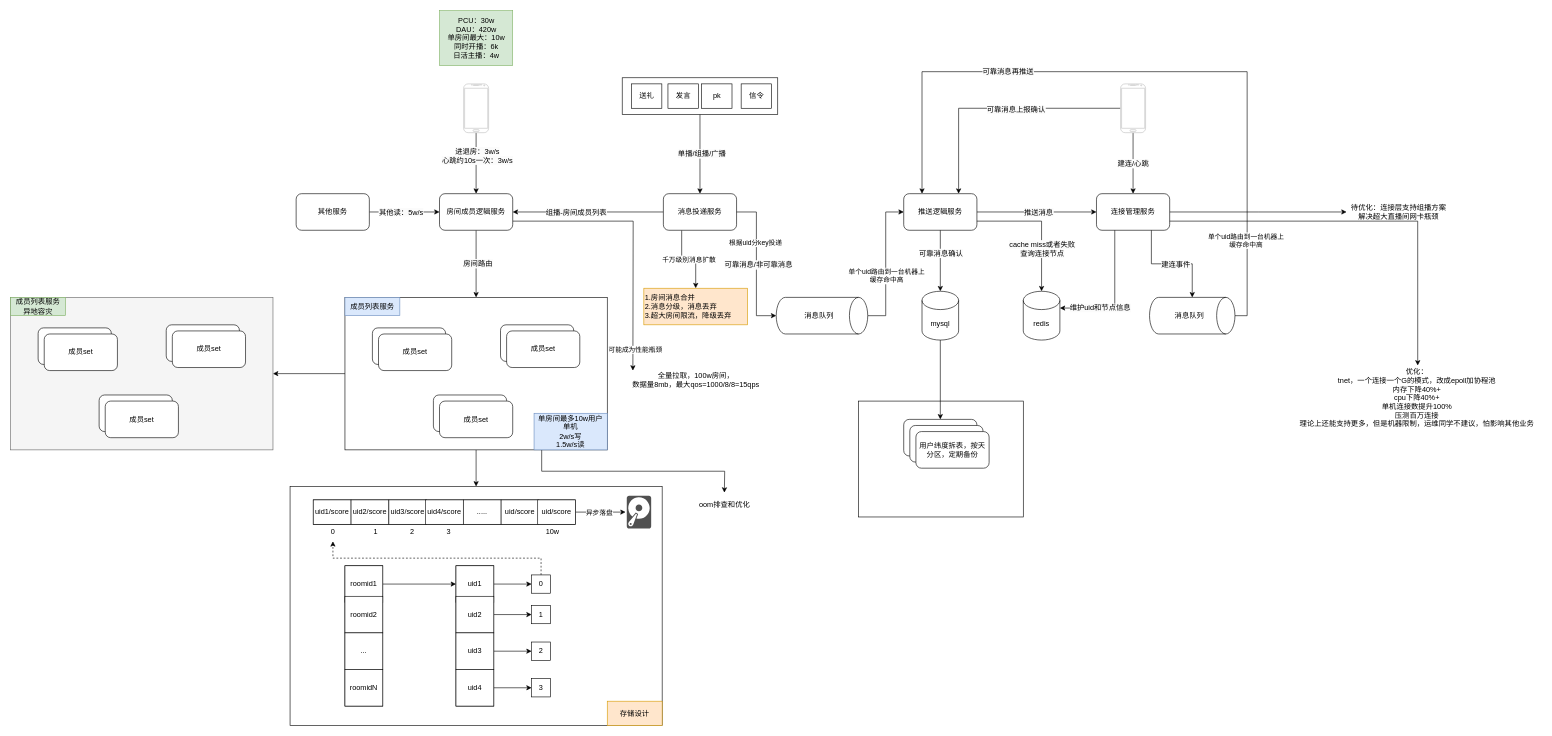
This is live.drawio from lovercode/drawio, a draw.io file, before an edit. Source tidied: cells renumbered, new cells numbered last; positions are measured from the earlier drawing's top-left corner, leaving out a move shared by most shapes. Both pictures are drawn from the tidied source at 61%, with x=0, y=0 at pixel (10, 10).
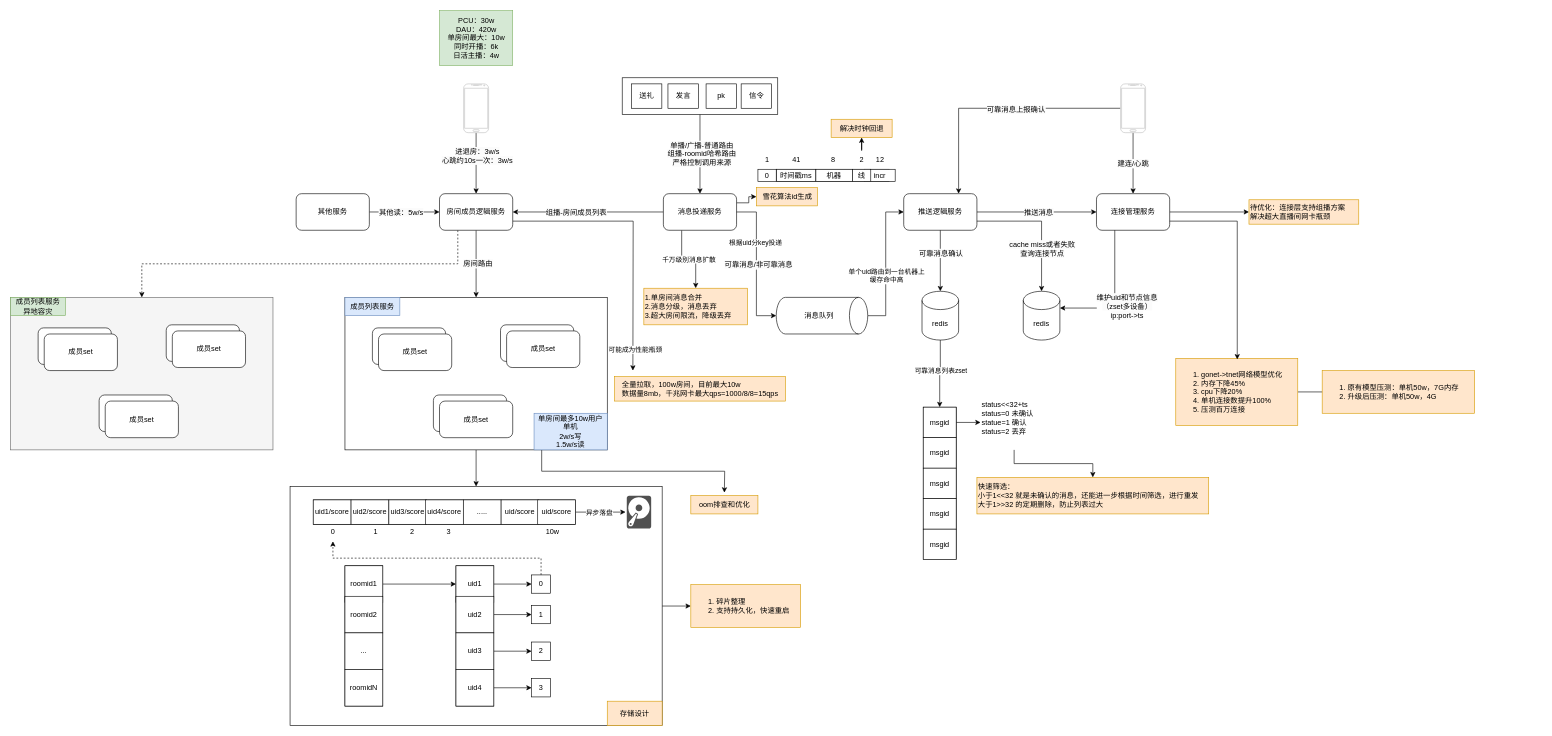
The same page after the edit.

Unchanged cells that the change refers to:
```xml
<mxCell id="3" style="rounded=0;whiteSpace=wrap;html=1;" parent="1" vertex="1">
  <mxGeometry x="458" y="780" width="610" height="392" as="geometry" />
</mxCell>
<mxCell id="7" style="rounded=0;whiteSpace=wrap;html=1;" parent="1" vertex="1">
  <mxGeometry x="548" y="470" width="430" height="250" as="geometry" />
</mxCell>
<mxCell id="9" value="连接管理服务" style="rounded=1;whiteSpace=wrap;html=1;" parent="1" vertex="1">
  <mxGeometry x="1780" y="300" width="120" height="60" as="geometry" />
</mxCell>
<mxCell id="12" value="推送逻辑服务" style="rounded=1;whiteSpace=wrap;html=1;" parent="1" vertex="1">
  <mxGeometry x="1464" y="300" width="120" height="60" as="geometry" />
</mxCell>
<mxCell id="16" value="消息投递服务" style="rounded=1;whiteSpace=wrap;html=1;" parent="1" vertex="1">
  <mxGeometry x="1070" y="300" width="120" height="60" as="geometry" />
</mxCell>
<mxCell id="35" value="房间成员逻辑服务" style="rounded=1;whiteSpace=wrap;html=1;" parent="1" vertex="1">
  <mxGeometry x="703" y="300" width="120" height="60" as="geometry" />
</mxCell>
<mxCell id="41" style="edgeStyle=orthogonalEdgeStyle;rounded=0;jettySize=auto;html=1;exitX=0.25;exitY=1;exitDx=0;exitDy=0;entryX=1;entryY=0;entryDx=0;entryDy=27.5;entryPerimeter=0;" parent="1" edge="1" source="9" target="40">
  <mxGeometry relative="1" as="geometry" />
</mxCell>
<mxCell id="46" style="edgeStyle=orthogonalEdgeStyle;rounded=0;jettySize=auto;html=1;exitX=0.5;exitY=1;exitDx=0;exitDy=0;entryX=0.5;entryY=0;entryDx=0;entryDy=0;" parent="1" edge="1" source="48" target="16">
  <mxGeometry relative="1" as="geometry" />
</mxCell>
<mxCell id="102" style="rounded=0;whiteSpace=wrap;html=1;fillColor=#f5f5f5;fontColor=#333333;strokeColor=#666666;" parent="1" vertex="1">
  <mxGeometry y="470" width="430" height="250" as="geometry" />
</mxCell>
```

Change to the diagram source:
```diff
@@
-    <mxCell id="2" style="rounded=0;whiteSpace=wrap;html=1;" parent="1" vertex="1">
-      <mxGeometry x="1390" y="640" width="270" height="190" as="geometry" />
-    </mxCell>
+    <mxCell id="125" style="edgeStyle=orthogonalEdgeStyle;rounded=0;jettySize=auto;html=1;" parent="1" edge="1" source="3" target="133">
+      <mxGeometry relative="1" as="geometry" />
+    </mxCell>
@@
-    <mxCell id="5" style="edgeStyle=orthogonalEdgeStyle;rounded=0;jettySize=auto;html=1;" parent="1" edge="1" source="7" target="102">
-      <mxGeometry relative="1" as="geometry" />
-    </mxCell>
@@
-    <mxCell id="8" style="edgeStyle=orthogonalEdgeStyle;rounded=0;jettySize=auto;html=1;" parent="1" edge="1" source="9">
-      <mxGeometry relative="1" as="geometry">
-        <mxPoint x="2190" y="330" as="targetPoint" />
-      </mxGeometry>
-    </mxCell>
+    <mxCell id="126" style="edgeStyle=orthogonalEdgeStyle;rounded=0;jettySize=auto;html=1;" parent="1" edge="1" source="9" target="116">
+      <mxGeometry relative="1" as="geometry" />
+    </mxCell>
@@
+    <mxCell id="127" style="edgeStyle=orthogonalEdgeStyle;rounded=0;jettySize=auto;html=1;exitX=1;exitY=0.25;exitDx=0;exitDy=0;" parent="1" edge="1" source="16" target="144">
+      <mxGeometry relative="1" as="geometry" />
+    </mxCell>
@@
+    <mxCell id="128" style="edgeStyle=orthogonalEdgeStyle;rounded=0;jettySize=auto;html=1;exitX=0.25;exitY=1;exitDx=0;exitDy=0;entryX=0.5;entryY=0;entryDx=0;entryDy=0;dashed=1;" parent="1" edge="1" source="35" target="102">
+      <mxGeometry relative="1" as="geometry" />
+    </mxCell>
@@
-    <mxCell id="42" value="&lt;span style=&quot;font-size: 12px; background-color: rgb(251, 251, 251);&quot;&gt;维护uid和节点信息&lt;/span&gt;" style="edgeLabel;html=1;align=center;verticalAlign=middle;" parent="41" vertex="1">
-      <mxGeometry x="0.4" relative="1" as="geometry" />
+    <mxCell id="42" value="&lt;span style=&quot;font-size: 12px; background-color: rgb(251, 251, 251);&quot;&gt;维护uid和节点信息&lt;br&gt;（zset多设备）&lt;br&gt;ip:port-&amp;gt;ts&lt;/span&gt;" style="edgeLabel;html=1;align=center;verticalAlign=middle;" parent="41" vertex="1">
+      <mxGeometry x="0.4" relative="1" as="geometry">
+        <mxPoint x="44" y="-3" as="offset" />
+      </mxGeometry>
     </mxCell>
@@
-    <mxCell id="47" value="&lt;span style=&quot;font-size: 12px; background-color: rgb(251, 251, 251);&quot;&gt;单播/组播/广播&lt;/span&gt;" style="edgeLabel;html=1;align=center;verticalAlign=middle;" parent="46" vertex="1">
+    <mxCell id="47" value="&lt;span style=&quot;font-size: 12px; background-color: rgb(251, 251, 251);&quot;&gt;单播/广播-普通路由&lt;br&gt;组播-roomid哈希路由&lt;br&gt;严格控制调用来源&lt;/span&gt;" style="edgeLabel;html=1;align=center;verticalAlign=middle;" parent="46" vertex="1">
       <mxGeometry x="-0.02" y="2" relative="1" as="geometry" />
     </mxCell>
@@
     <mxCell id="51" value="pk" style="rounded=0;whiteSpace=wrap;html=1;" parent="1" vertex="1">
-      <mxGeometry x="1132.5" y="120" width="50" height="40" as="geometry" />
+      <mxGeometry x="1140" y="120" width="50" height="40" as="geometry" />
     </mxCell>
@@
-    <mxCell id="55" style="edgeStyle=orthogonalEdgeStyle;rounded=0;jettySize=auto;html=1;exitX=0.5;exitY=1;exitDx=0;exitDy=0;exitPerimeter=0;entryX=0.5;entryY=0;entryDx=0;entryDy=0;" parent="1" edge="1" source="56" target="121">
-      <mxGeometry relative="1" as="geometry" />
-    </mxCell>
+    <mxCell id="129" style="edgeStyle=orthogonalEdgeStyle;rounded=0;jettySize=auto;html=1;" parent="1" edge="1" source="56" target="134">
+      <mxGeometry relative="1" as="geometry" />
+    </mxCell>
+    <mxCell id="130" value="可靠消息列表zset" style="edgeLabel;html=1;align=center;verticalAlign=middle;" parent="129" vertex="1">
+      <mxGeometry x="-0.08" relative="1" as="geometry">
+        <mxPoint y="-1" as="offset" />
+      </mxGeometry>
+    </mxCell>
-    <mxCell id="56" value="mysql" style="shape=cylinder3;whiteSpace=wrap;html=1;boundedLbl=1;backgroundOutline=1;size=15;" parent="1" vertex="1">
+    <mxCell id="56" value="redis" style="shape=cylinder3;whiteSpace=wrap;html=1;boundedLbl=1;backgroundOutline=1;size=15;" parent="1" vertex="1">
       <mxGeometry x="1494" y="460" width="60" height="80" as="geometry" />
     </mxCell>
@@
-    <mxCell id="59" style="edgeStyle=orthogonalEdgeStyle;rounded=0;jettySize=auto;html=1;exitX=0.5;exitY=0;exitDx=0;exitDy=0;exitPerimeter=0;entryX=0.25;entryY=0;entryDx=0;entryDy=0;" parent="1" edge="1" source="62" target="12">
-      <mxGeometry relative="1" as="geometry">
-        <Array as="points">
-          <mxPoint x="2027" y="500" />
-          <mxPoint x="2027" y="100" />
-          <mxPoint x="1494" y="100" />
-        </Array>
-      </mxGeometry>
-    </mxCell>
-    <mxCell id="60" value="&lt;span style=&quot;font-size: 12px; background-color: rgb(251, 251, 251);&quot;&gt;可靠消息再推送&lt;/span&gt;" style="edgeLabel;html=1;align=center;verticalAlign=middle;" parent="59" vertex="1">
-      <mxGeometry x="0.41" y="-1" relative="1" as="geometry" />
-    </mxCell>
-    <mxCell id="61" value="单个uid路由到一台机器上&lt;br&gt;缓存命中高" style="edgeLabel;html=1;align=center;verticalAlign=middle;" parent="59" vertex="1">
-      <mxGeometry x="-0.75" y="3" relative="1" as="geometry" />
-    </mxCell>
-    <mxCell id="62" style="shape=cylinder3;whiteSpace=wrap;html=1;boundedLbl=1;backgroundOutline=1;size=15;rotation=90;" parent="1" vertex="1">
-      <mxGeometry x="1907" y="430" width="60" height="140" as="geometry" />
-    </mxCell>
-    <mxCell id="63" style="edgeStyle=orthogonalEdgeStyle;rounded=0;jettySize=auto;html=1;exitX=0.75;exitY=1;exitDx=0;exitDy=0;entryX=0;entryY=0.5;entryDx=0;entryDy=0;entryPerimeter=0;" parent="1" edge="1" source="9" target="62">
-      <mxGeometry relative="1" as="geometry" />
-    </mxCell>
-    <mxCell id="64" value="&lt;span style=&quot;font-size: 12px; background-color: rgb(251, 251, 251);&quot;&gt;建连事件&lt;/span&gt;" style="edgeLabel;html=1;align=center;verticalAlign=middle;" parent="63" vertex="1">
-      <mxGeometry x="0.06" y="-1" relative="1" as="geometry" />
-    </mxCell>
-    <mxCell id="65" value="消息队列" style="text;html=1;align=center;verticalAlign=middle;strokeColor=none;fillColor=none;" parent="1" vertex="1">
-      <mxGeometry x="1897" y="485" width="70" height="30" as="geometry" />
-    </mxCell>
@@
+    <mxCell id="131" style="edgeStyle=orthogonalEdgeStyle;rounded=0;jettySize=auto;html=1;" parent="1" edge="1" source="115">
+      <mxGeometry relative="1" as="geometry">
+        <mxPoint x="2220" y="625" as="targetPoint" />
+      </mxGeometry>
+    </mxCell>
-    <mxCell id="115" value="优化：&lt;br&gt;tnet，一个连接一个G的模式，改成epoll加协程池&lt;div&gt;内存下降40%+&lt;br&gt;cpu下降40%+&lt;br&gt;单机连接数提升100%&lt;br&gt;压测百万连接&lt;br&gt;理论上还能支持更多，但是机器限制，运维同学不建议，怕影响其他业务&lt;/div&gt;" style="text;html=1;align=center;verticalAlign=middle;points=[];strokeColor=none;fillColor=none;" parent="1" vertex="1">
-      <mxGeometry x="2100" y="580" width="410" height="110" as="geometry" />
+    <mxCell id="115" value="&lt;ol&gt;&lt;li&gt;&lt;span style=&quot;background-color: initial;&quot;&gt;gonet-&amp;gt;tnet网络模型优化&lt;/span&gt;&lt;br&gt;&lt;/li&gt;&lt;li&gt;内存下降45%&lt;/li&gt;&lt;li&gt;cpu下降20%&lt;/li&gt;&lt;li&gt;单机连接数提升100%&lt;/li&gt;&lt;li&gt;压测百万连接&lt;/li&gt;&lt;/ol&gt;" style="text;html=1;align=left;verticalAlign=middle;points=[];strokeColor=#d79b00;fillColor=#ffe6cc;" parent="1" vertex="1">
+      <mxGeometry x="1910" y="570" width="200" height="110" as="geometry" />
     </mxCell>
-    <mxCell id="116" value="待优化：连接层支持组播方案&lt;br&gt;解决超大直播间网卡瓶颈" style="text;html=1;align=center;verticalAlign=middle;points=[];strokeColor=none;fillColor=none;" parent="1" vertex="1">
-      <mxGeometry x="2185" y="310" width="180" height="40" as="geometry" />
+    <mxCell id="116" value="待优化：连接层支持组播方案&lt;br&gt;解决超大直播间网卡瓶颈" style="text;html=1;align=left;verticalAlign=middle;points=[];strokeColor=#d79b00;fillColor=#ffe6cc;" parent="1" vertex="1">
+      <mxGeometry x="2030" y="310" width="180" height="40" as="geometry" />
     </mxCell>
-    <mxCell id="117" value="1.房间消息合并&lt;br&gt;2.消息分级，消息丢弃&lt;br&gt;3.超大房间限流，降级丢弃" style="text;html=1;align=left;verticalAlign=middle;points=[];strokeColor=#d79b00;fillColor=#ffe6cc;" parent="1" vertex="1">
+    <mxCell id="117" value="1.单房间消息合并&lt;br&gt;2.消息分级，消息丢弃&lt;br&gt;3.超大房间限流，降级丢弃" style="text;html=1;align=left;verticalAlign=middle;points=[];strokeColor=#d79b00;fillColor=#ffe6cc;" parent="1" vertex="1">
       <mxGeometry x="1038" y="455" width="170" height="60" as="geometry" />
     </mxCell>
-    <mxCell id="118" value="全量拉取，100w房间，&lt;div&gt;数据量8mb，最大qos=1000/8/8=15qps&lt;/div&gt;" style="text;html=1;align=center;verticalAlign=middle;strokeColor=none;fillColor=none;" parent="1" vertex="1">
-      <mxGeometry x="1008" y="585" width="230" height="40" as="geometry" />
+    <mxCell id="118" value="&lt;div style=&quot;text-align: left;&quot;&gt;&lt;span style=&quot;background-color: initial;&quot;&gt;全量拉取，100w房间，目前最大10w&lt;/span&gt;&lt;/div&gt;&lt;div&gt;数据量8mb，千兆网卡最大qps=1000/8/8=15qps&lt;/div&gt;" style="text;html=1;align=center;verticalAlign=middle;strokeColor=#d79b00;fillColor=#ffe6cc;" parent="1" vertex="1">
+      <mxGeometry x="990" y="600" width="280" height="40" as="geometry" />
     </mxCell>
@@
-    <mxCell id="121" style="rounded=1;whiteSpace=wrap;html=1;" parent="1" vertex="1">
-      <mxGeometry x="1464" y="670" width="120" height="60" as="geometry" />
-    </mxCell>
-    <mxCell id="122" style="rounded=1;whiteSpace=wrap;html=1;" parent="1" vertex="1">
-      <mxGeometry x="1474" y="680" width="120" height="60" as="geometry" />
-    </mxCell>
-    <mxCell id="123" value="用户纬度拆表，按天分区，定期备份" style="rounded=1;whiteSpace=wrap;html=1;" parent="1" vertex="1">
-      <mxGeometry x="1484" y="690" width="120" height="60" as="geometry" />
-    </mxCell>
-    <mxCell id="124" value="oom排查和优化" style="text;html=1;align=center;verticalAlign=middle;strokeColor=none;fillColor=none;" parent="1" vertex="1">
+    <mxCell id="124" value="oom排查和优化" style="text;html=1;align=center;verticalAlign=middle;strokeColor=#d79b00;fillColor=#ffe6cc;" parent="1" vertex="1">
       <mxGeometry x="1115" y="795" width="110" height="30" as="geometry" />
     </mxCell>
+    <mxCell id="132" value="&lt;ol&gt;&lt;li&gt;原有模型压测：单机50w，7G内存&lt;/li&gt;&lt;li&gt;升级后压测：单机50w，4G&lt;/li&gt;&lt;/ol&gt;" style="text;html=1;align=left;verticalAlign=middle;strokeColor=#d79b00;fillColor=#ffe6cc;" parent="1" vertex="1">
+      <mxGeometry x="2150" y="590" width="250" height="70" as="geometry" />
+    </mxCell>
+    <mxCell id="133" value="&lt;ol&gt;&lt;li&gt;碎片整理&lt;/li&gt;&lt;li&gt;支持持久化，快速重启&lt;/li&gt;&lt;/ol&gt;" style="text;html=1;align=left;verticalAlign=middle;points=[];strokeColor=#d79b00;fillColor=#ffe6cc;" parent="1" vertex="1">
+      <mxGeometry x="1115" y="941" width="180" height="70" as="geometry" />
+    </mxCell>
+    <mxCell id="134" style="rounded=0;whiteSpace=wrap;html=1;" parent="1" vertex="1">
+      <mxGeometry x="1496" y="650" width="54" height="250" as="geometry" />
+    </mxCell>
+    <mxCell id="135" style="edgeStyle=orthogonalEdgeStyle;rounded=0;jettySize=auto;html=1;" parent="1" edge="1" source="136" target="138">
+      <mxGeometry relative="1" as="geometry" />
+    </mxCell>
+    <mxCell id="136" value="msgid" style="rounded=0;whiteSpace=wrap;html=1;" parent="1" vertex="1">
+      <mxGeometry x="1496" y="650" width="54" height="50" as="geometry" />
+    </mxCell>
+    <mxCell id="137" style="edgeStyle=orthogonalEdgeStyle;rounded=0;jettySize=auto;html=1;" parent="1" edge="1" source="138" target="143">
+      <mxGeometry relative="1" as="geometry" />
+    </mxCell>
+    <mxCell id="138" value="status&amp;lt;&amp;lt;32+ts&lt;br&gt;status=0 未确认&lt;div&gt;statue=1 确认&lt;/div&gt;&lt;div&gt;status=2 丢弃&lt;/div&gt;&lt;div&gt;&lt;br&gt;&lt;/div&gt;" style="text;html=1;align=left;verticalAlign=middle;points=[];strokeColor=none;fillColor=none;" parent="1" vertex="1">
+      <mxGeometry x="1590" y="630" width="110" height="90" as="geometry" />
+    </mxCell>
+    <mxCell id="139" value="msgid" style="rounded=0;whiteSpace=wrap;html=1;" parent="1" vertex="1">
+      <mxGeometry x="1496" y="700" width="54" height="50" as="geometry" />
+    </mxCell>
+    <mxCell id="140" value="msgid" style="rounded=0;whiteSpace=wrap;html=1;" parent="1" vertex="1">
+      <mxGeometry x="1496" y="750" width="54" height="50" as="geometry" />
+    </mxCell>
+    <mxCell id="141" value="msgid" style="rounded=0;whiteSpace=wrap;html=1;" parent="1" vertex="1">
+      <mxGeometry x="1496" y="800" width="54" height="50" as="geometry" />
+    </mxCell>
+    <mxCell id="142" value="msgid" style="rounded=0;whiteSpace=wrap;html=1;" parent="1" vertex="1">
+      <mxGeometry x="1496" y="850" width="54" height="50" as="geometry" />
+    </mxCell>
+    <mxCell id="143" value="快速筛选：&lt;div&gt;小于1&amp;lt;&amp;lt;32 就是未确认的消息，还能进一步根据时间筛选，进行重发&lt;/div&gt;&lt;div&gt;大于1&amp;gt;&amp;gt;32 的定期删除，防止列表过大&lt;/div&gt;" style="text;html=1;align=left;verticalAlign=middle;points=[];strokeColor=#d79b00;fillColor=#ffe6cc;" parent="1" vertex="1">
+      <mxGeometry x="1584" y="765" width="380" height="60" as="geometry" />
+    </mxCell>
+    <mxCell id="144" value="雪花算法id生成" style="text;html=1;align=center;verticalAlign=middle;points=[];strokeColor=#d79b00;fillColor=#ffe6cc;" parent="1" vertex="1">
+      <mxGeometry x="1222.5" y="290" width="100" height="30" as="geometry" />
+    </mxCell>
+    <mxCell id="145" style="rounded=0;whiteSpace=wrap;html=1;" parent="1" vertex="1">
+      <mxGeometry x="1255" y="260" width="185" height="20" as="geometry" />
+    </mxCell>
+    <mxCell id="146" value="时间戳ms" style="rounded=0;whiteSpace=wrap;html=1;" parent="1" vertex="1">
+      <mxGeometry x="1255" y="260" width="65" height="20" as="geometry" />
+    </mxCell>
+    <mxCell id="147" value="机器" style="rounded=0;whiteSpace=wrap;html=1;" parent="1" vertex="1">
+      <mxGeometry x="1320" y="260" width="60" height="20" as="geometry" />
+    </mxCell>
+    <mxCell id="148" value="incr" style="rounded=0;whiteSpace=wrap;html=1;" parent="1" vertex="1">
+      <mxGeometry x="1400" y="260" width="50" height="20" as="geometry" />
+    </mxCell>
+    <mxCell id="149" value="41" style="text;html=1;align=center;verticalAlign=middle;strokeColor=none;fillColor=none;" parent="1" vertex="1">
+      <mxGeometry x="1267.5" y="230" width="40" height="30" as="geometry" />
+    </mxCell>
+    <mxCell id="150" value="8" style="text;html=1;align=center;verticalAlign=middle;strokeColor=none;fillColor=none;" parent="1" vertex="1">
+      <mxGeometry x="1332.5" y="230" width="30" height="30" as="geometry" />
+    </mxCell>
+    <mxCell id="151" value="12" style="text;html=1;align=center;verticalAlign=middle;strokeColor=none;fillColor=none;" parent="1" vertex="1">
+      <mxGeometry x="1405" y="230" width="40" height="30" as="geometry" />
+    </mxCell>
+    <mxCell id="152" value="线" style="rounded=0;whiteSpace=wrap;html=1;" parent="1" vertex="1">
+      <mxGeometry x="1380" y="260" width="30" height="20" as="geometry" />
+    </mxCell>
+    <mxCell id="153" style="edgeStyle=orthogonalEdgeStyle;rounded=0;jettySize=auto;html=1;" parent="1" edge="1" source="154" target="157">
+      <mxGeometry relative="1" as="geometry" />
+    </mxCell>
+    <mxCell id="154" value="2" style="text;html=1;align=center;verticalAlign=middle;points=[];strokeColor=none;fillColor=none;" parent="1" vertex="1">
+      <mxGeometry x="1380" y="230" width="30" height="30" as="geometry" />
+    </mxCell>
+    <mxCell id="155" value="0" style="rounded=0;whiteSpace=wrap;html=1;" parent="1" vertex="1">
+      <mxGeometry x="1225" y="260" width="30" height="20" as="geometry" />
+    </mxCell>
+    <mxCell id="156" value="1" style="text;html=1;align=center;verticalAlign=middle;strokeColor=none;fillColor=none;" parent="1" vertex="1">
+      <mxGeometry x="1225" y="230" width="30" height="30" as="geometry" />
+    </mxCell>
+    <mxCell id="157" value="解决时钟回退" style="text;html=1;align=center;verticalAlign=middle;points=[];strokeColor=#d79b00;fillColor=#ffe6cc;" parent="1" vertex="1">
+      <mxGeometry x="1345" y="178" width="100" height="30" as="geometry" />
+    </mxCell>
```
